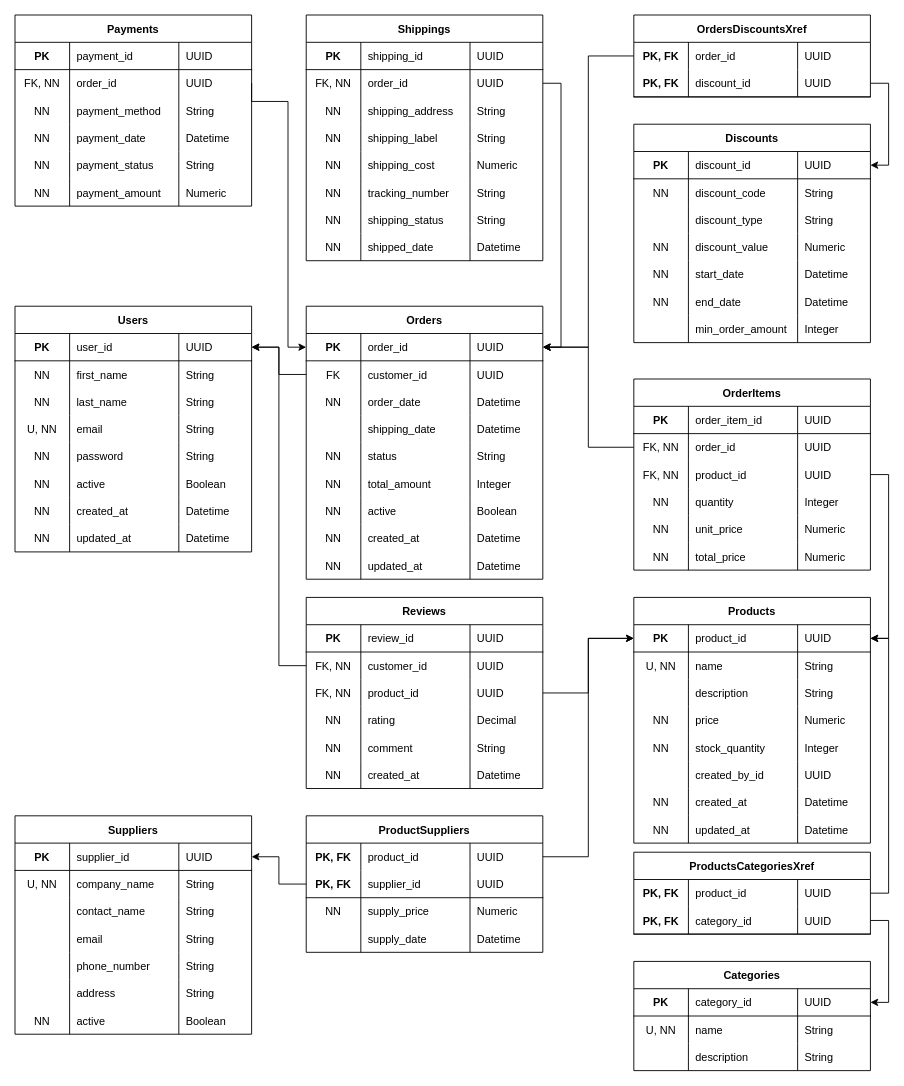
Above: ERD.drawio in HaydenBurker/flask-postgresql-backend (draw.io), before the change. Source tidied: cells renumbered, new cells numbered last; positions are measured from the earlier drawing's top-left corner, leaving out a move shared by most shapes. Both pictures are drawn from the tidied source at 91%, with x=0, y=0 at pixel (15, 15).
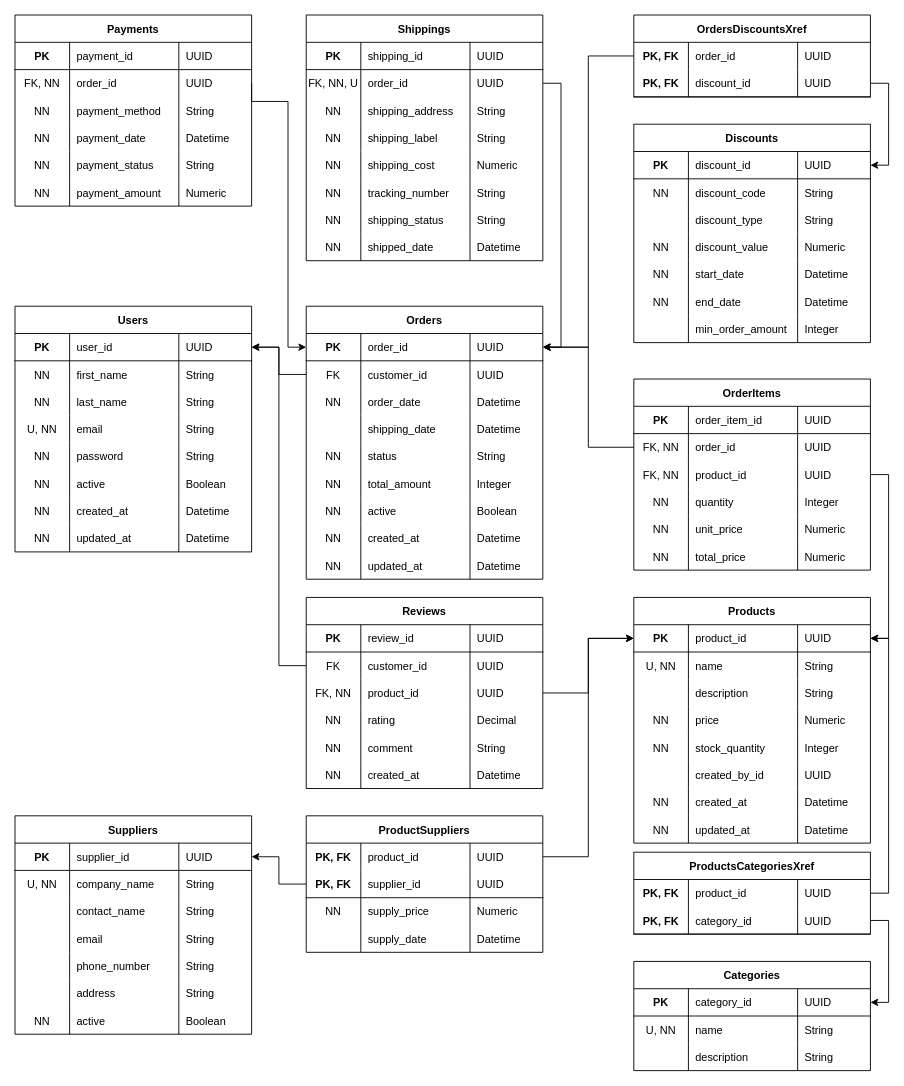
The same diagram, later.

Unchanged cells that the change refers to:
```xml
<mxCell id="183" style="shape=tableRow;horizontal=0;startSize=0;swimlaneHead=0;swimlaneBody=0;fillColor=none;points=[[0,0.5],[1,0.5]];portConstraint=eastwest;top=0;left=0;right=0;bottom=0;" parent="178" vertex="1">
  <mxGeometry y="60" width="260" height="30" as="geometry" />
</mxCell>
<mxCell id="254" style="shape=tableRow;horizontal=0;startSize=0;swimlaneHead=0;swimlaneBody=0;fillColor=none;points=[[0,0.5],[1,0.5]];portConstraint=eastwest;top=0;left=0;right=0;bottom=0;" parent="249" vertex="1">
  <mxGeometry y="60" width="260" height="30" as="geometry" />
</mxCell>
```

What changed in the source:
```diff
@@
-    <mxCell id="184" value="FK, NN" style="shape=partialRectangle;fillColor=none;top=0;left=0;bottom=0;right=0;overflow=hidden;" parent="183" vertex="1">
+    <mxCell id="184" value="FK" style="shape=partialRectangle;fillColor=none;top=0;left=0;bottom=0;right=0;overflow=hidden;" parent="183" vertex="1">
       <mxGeometry width="60" height="30" as="geometry" />
     </mxCell>
@@
-    <mxCell id="255" value="FK, NN" style="shape=partialRectangle;fillColor=none;top=0;left=0;bottom=0;right=0;overflow=hidden;" parent="254" vertex="1">
+    <mxCell id="255" value="FK, NN, U" style="shape=partialRectangle;fillColor=none;top=0;left=0;bottom=0;right=0;overflow=hidden;" parent="254" vertex="1">
       <mxGeometry width="60" height="30" as="geometry" />
     </mxCell>
```
